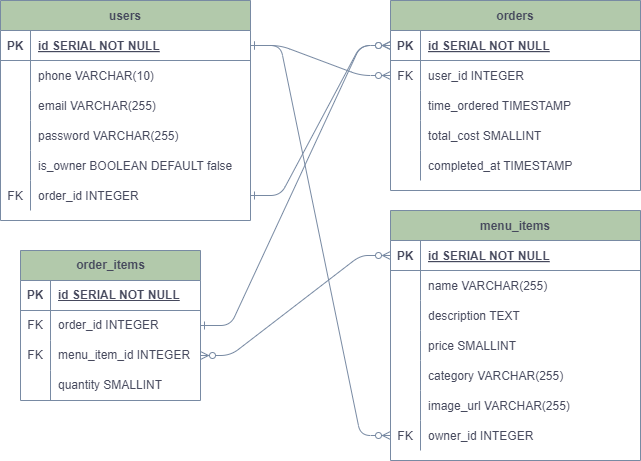
Jdob11/lazerPhoenix keeps this draw.io diagram as planning/ERD.png. Above is the earlier version. Source tidied: cells renumbered, new cells last; positions are measured from the earlier drawing's top-left corner, leaving out a move shared by most shapes.
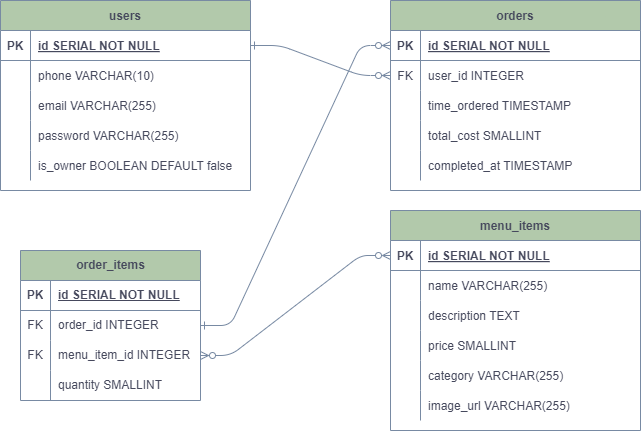
The same diagram one commit later.

What changed in the source:
```diff
@@ -54,7 +54,7 @@
       <mxGeometry x="30" width="220" height="30" as="geometry" />
     </mxCell>
     <mxCell id="19" value="menu_items" style="shape=table;startSize=30;rowLines=0;fontStyle=1;align=center;labelBackgroundColor=none;fillColor=#B2C9AB;strokeColor=#788AA3;fontColor=#46495D;" parent="1" vertex="1">
-      <mxGeometry x="390" y="210" width="250" height="250" as="geometry" />
+      <mxGeometry x="390" y="210" width="250" height="220" as="geometry" />
     </mxCell>
     <mxCell id="20" style="shape=partialRectangle;fillColor=none;points=[[0,0.5],[1,0.5]];portConstraint=eastwest;top=0;left=0;right=0;bottom=1;labelBackgroundColor=none;strokeColor=#788AA3;fontColor=#46495D;" parent="19" vertex="1">
       <mxGeometry y="30" width="250" height="30" as="geometry" />
@@ -110,17 +110,8 @@
     <mxCell id="37" value="image_url VARCHAR(255)" style="shape=partialRectangle;overflow=hidden;fillColor=none;top=0;left=0;bottom=0;right=0;align=left;spacingLeft=6;labelBackgroundColor=none;strokeColor=#788AA3;fontColor=#46495D;" parent="35" vertex="1">
       <mxGeometry x="30" width="220" height="30" as="geometry" />
     </mxCell>
-    <mxCell id="38" style="shape=partialRectangle;fillColor=none;points=[[0,0.5],[1,0.5]];portConstraint=eastwest;top=0;left=0;right=0;bottom=0;labelBackgroundColor=none;strokeColor=#788AA3;fontColor=#46495D;" parent="19" vertex="1">
-      <mxGeometry y="210" width="250" height="30" as="geometry" />
-    </mxCell>
-    <mxCell id="39" value="FK" style="shape=partialRectangle;overflow=hidden;fillColor=none;top=0;left=0;bottom=0;right=0;labelBackgroundColor=none;strokeColor=#788AA3;fontColor=#46495D;" parent="38" vertex="1">
-      <mxGeometry width="30" height="30" as="geometry" />
-    </mxCell>
-    <mxCell id="40" value="owner_id INTEGER" style="shape=partialRectangle;overflow=hidden;fillColor=none;top=0;left=0;bottom=0;right=0;align=left;spacingLeft=6;labelBackgroundColor=none;strokeColor=#788AA3;fontColor=#46495D;" parent="38" vertex="1">
-      <mxGeometry x="30" width="220" height="30" as="geometry" />
-    </mxCell>
     <mxCell id="41" value="users" style="shape=table;startSize=30;rowLines=0;fontStyle=1;align=center;labelBackgroundColor=none;fillColor=#B2C9AB;strokeColor=#788AA3;fontColor=#46495D;" parent="1" vertex="1">
-      <mxGeometry width="250" height="220" as="geometry" />
+      <mxGeometry width="250" height="190" as="geometry" />
     </mxCell>
     <mxCell id="42" style="shape=partialRectangle;fillColor=none;points=[[0,0.5],[1,0.5]];portConstraint=eastwest;top=0;left=0;right=0;bottom=1;labelBackgroundColor=none;strokeColor=#788AA3;fontColor=#46495D;" parent="41" vertex="1">
       <mxGeometry y="30" width="250" height="30" as="geometry" />
@@ -167,16 +158,7 @@
     <mxCell id="56" value="is_owner BOOLEAN DEFAULT false" style="shape=partialRectangle;overflow=hidden;fillColor=none;top=0;left=0;bottom=0;right=0;align=left;spacingLeft=6;labelBackgroundColor=none;strokeColor=#788AA3;fontColor=#46495D;" parent="54" vertex="1">
       <mxGeometry x="30" width="220" height="30" as="geometry" />
     </mxCell>
-    <mxCell id="57" style="shape=partialRectangle;fillColor=none;points=[[0,0.5],[1,0.5]];portConstraint=eastwest;top=0;left=0;right=0;bottom=0;labelBackgroundColor=none;strokeColor=#788AA3;fontColor=#46495D;" parent="41" vertex="1">
-      <mxGeometry y="180" width="250" height="30" as="geometry" />
-    </mxCell>
-    <mxCell id="58" value="FK" style="shape=partialRectangle;overflow=hidden;fillColor=none;top=0;left=0;bottom=0;right=0;labelBackgroundColor=none;strokeColor=#788AA3;fontColor=#46495D;" parent="57" vertex="1">
-      <mxGeometry width="30" height="30" as="geometry" />
-    </mxCell>
-    <mxCell id="59" value="order_id INTEGER" style="shape=partialRectangle;overflow=hidden;fillColor=none;top=0;left=0;bottom=0;right=0;align=left;spacingLeft=6;labelBackgroundColor=none;strokeColor=#788AA3;fontColor=#46495D;" parent="57" vertex="1">
-      <mxGeometry x="30" width="220" height="30" as="geometry" />
-    </mxCell>
-    <mxCell id="60" style="edgeStyle=entityRelationEdgeStyle;endArrow=ERzeroToMany;startArrow=ERone;endFill=1;startFill=0;labelBackgroundColor=none;strokeColor=#788AA3;fontColor=default;" parent="1" edge="1" source="57" target="4">
+    <mxCell id="60" style="edgeStyle=entityRelationEdgeStyle;endArrow=ERzeroToMany;startArrow=ERone;endFill=1;startFill=0;labelBackgroundColor=none;strokeColor=#788AA3;fontColor=default;" parent="1" edge="1" source="x" target="4">
       <mxGeometry relative="1" as="geometry" />
     </mxCell>
     <mxCell id="61" value="order_items" style="shape=table;startSize=30;rowLines=0;fontStyle=1;align=center;html=1;labelBackgroundColor=none;fillColor=#B2C9AB;strokeColor=#788AA3;fontColor=#46495D;" parent="1" vertex="1">
@@ -224,7 +206,7 @@
     <mxCell id="75" style="edgeStyle=entityRelationEdgeStyle;endArrow=ERzeroToMany;startArrow=ERone;endFill=1;startFill=0;labelBackgroundColor=none;strokeColor=#788AA3;fontColor=default;" parent="1" edge="1" source="65" target="4">
       <mxGeometry relative="1" as="geometry" />
     </mxCell>
-    <mxCell id="76" style="edgeStyle=entityRelationEdgeStyle;endArrow=ERzeroToMany;startArrow=ERone;endFill=1;startFill=0;labelBackgroundColor=none;strokeColor=#788AA3;fontColor=default;" parent="1" edge="1" source="42" target="38">
+    <mxCell id="76" style="edgeStyle=entityRelationEdgeStyle;endArrow=ERzeroToMany;startArrow=ERone;endFill=1;startFill=0;labelBackgroundColor=none;strokeColor=#788AA3;fontColor=default;" parent="1" edge="1" source="42" target="x">
       <mxGeometry relative="1" as="geometry" />
     </mxCell>
   </root>
```
